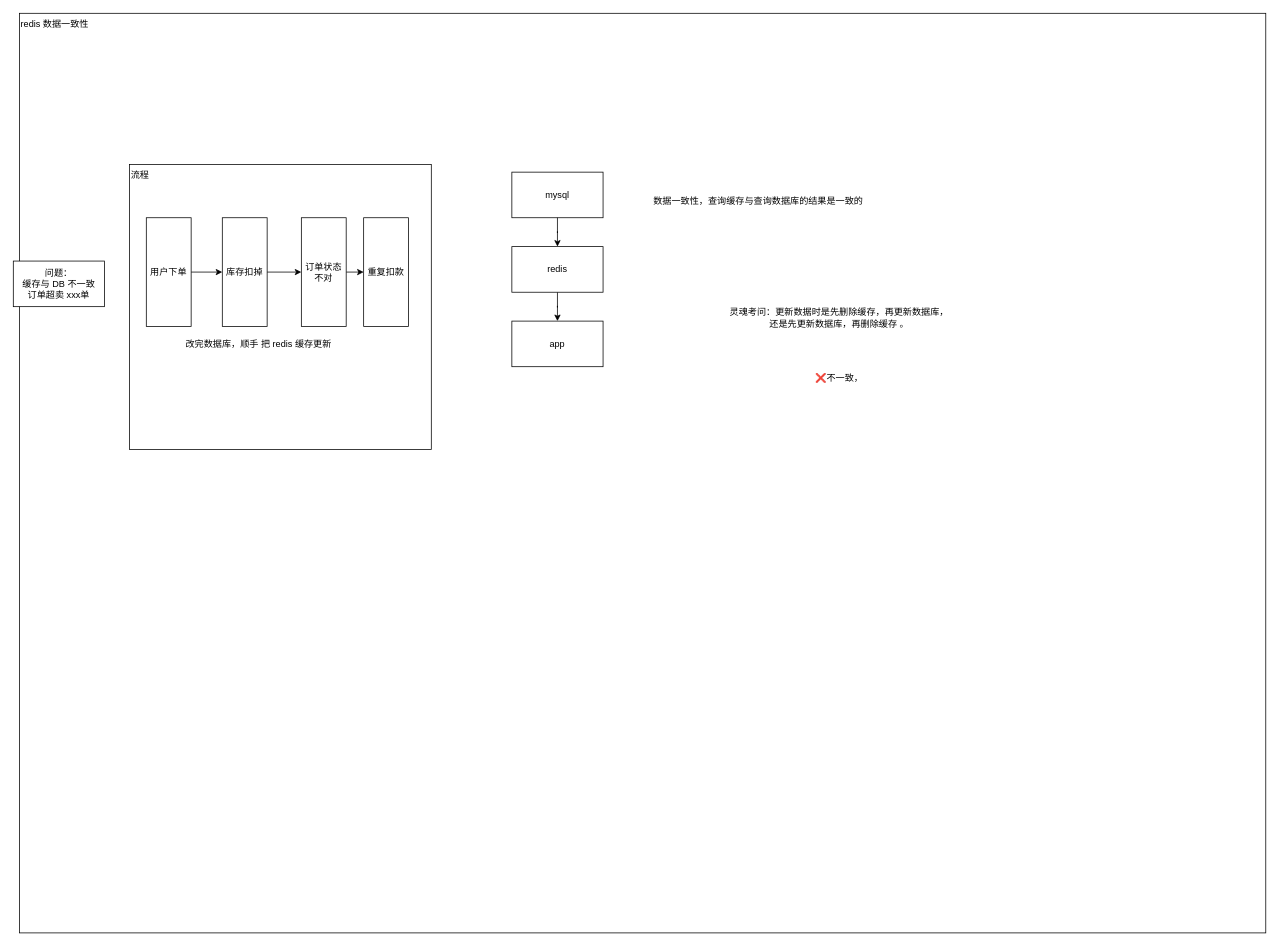
This is page "第 13 页" (13 of 13) of 2-redis/Redis-架构与面试.drawio from vic868/Deliberate, a draw.io file, before an edit. Source tidied: cells renumbered, new cells numbered last; positions are measured from the earlier drawing's top-left corner, leaving out a move shared by most shapes. Both pictures are drawn from the tidied source at 76%, with x=0, y=0 at pixel (13, 13).
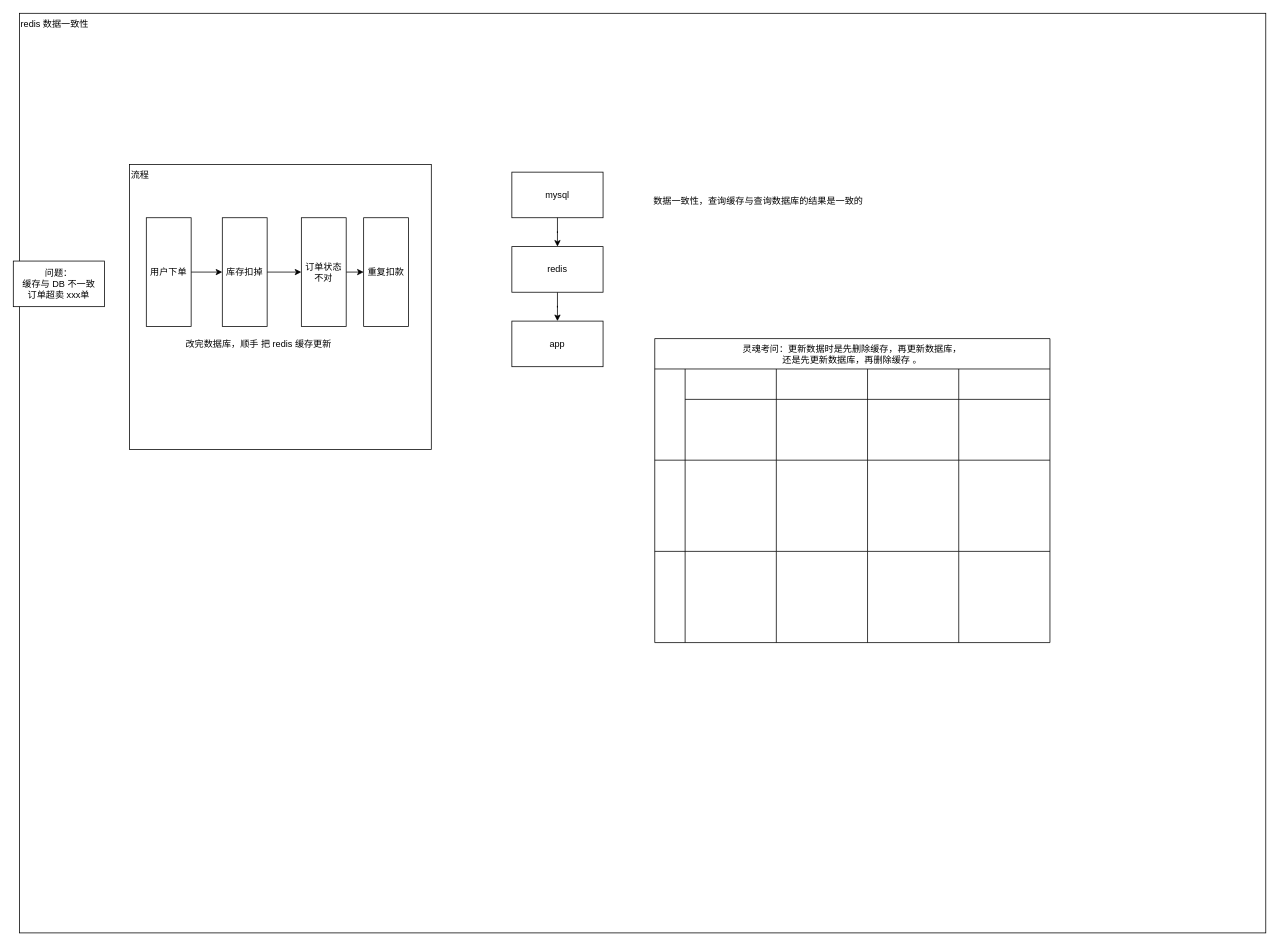
Above is the later version.

Commit message:
vault backup: 2026-10-24 13:44:09

The edit, as a diff of the source:
```diff
@@
-    <mxCell id="19" value="灵魂考问：更新数据时是先删除缓存，再更新数据库，&lt;div&gt;还是先更新数据库，再删除缓存 。&lt;table&gt;&lt;tbody&gt;&lt;tr&gt;&lt;td&gt;&lt;br&gt;&lt;/td&gt;&lt;td&gt;&lt;br&gt;&lt;/td&gt;&lt;td&gt;&lt;br&gt;&lt;/td&gt;&lt;td&gt;&lt;br&gt;&lt;/td&gt;&lt;/tr&gt;&lt;tr&gt;&lt;td&gt;&lt;br&gt;&lt;/td&gt;&lt;td&gt;&lt;br&gt;&lt;/td&gt;&lt;td&gt;&lt;br&gt;&lt;/td&gt;&lt;td&gt;&lt;br&gt;&lt;/td&gt;&lt;/tr&gt;&lt;tr&gt;&lt;td&gt;&lt;br&gt;&lt;/td&gt;&lt;td&gt;&lt;br&gt;&lt;/td&gt;&lt;td&gt;&lt;br&gt;&lt;/td&gt;&lt;td&gt;&lt;br&gt;&lt;/td&gt;&lt;/tr&gt;&lt;/tbody&gt;&lt;/table&gt;❌不一致，&lt;br&gt;&lt;/div&gt;" style="text;html=1;whiteSpace=wrap;strokeColor=none;fillColor=none;align=center;verticalAlign=middle;rounded=0;" parent="1" vertex="1">
-      <mxGeometry x="912" y="328" width="350" height="217" as="geometry" />
+    <mxCell id="19" value="&lt;div&gt;&lt;br&gt;&lt;br&gt;&lt;/div&gt;" style="text;html=1;whiteSpace=wrap;strokeColor=none;fillColor=none;align=center;verticalAlign=middle;rounded=0;" parent="1" vertex="1">
+      <mxGeometry x="912" y="328" width="331" height="58" as="geometry" />
     </mxCell>
+    <mxCell id="20" value="灵魂考问：更新数据时是先删除缓存，再更新数据库，&#10;还是先更新数据库，再删除缓存 。" style="shape=table;childLayout=tableLayout;fixedHeader=1;tableRender=collapsed;startSize=40;" parent="1" vertex="1">
+      <mxGeometry x="844" y="428" width="520" height="400" as="geometry" />
+    </mxCell>
+    <mxCell id="21" style="shape=tableRow;horizontal=0;swimlaneHead=0;swimlaneBody=0;strokeColor=inherit;fontStyle=0;fillColor=none;startSize=40;fixedHeader=1;whiteSpace=wrap;" parent="20" vertex="1">
+      <mxGeometry y="40" width="520" height="120" as="geometry" />
+    </mxCell>
+    <mxCell id="22" style="swimlane;swimlaneHead=0;swimlaneBody=0;fontStyle=0;strokeColor=inherit;fillColor=none;startSize=40;" parent="21" vertex="1">
+      <mxGeometry x="40" width="120" height="120" as="geometry" />
+    </mxCell>
+    <mxCell id="23" style="swimlane;swimlaneHead=0;swimlaneBody=0;fontStyle=0;strokeColor=inherit;fillColor=none;startSize=40;" parent="21" vertex="1">
+      <mxGeometry x="160" width="120" height="120" as="geometry" />
+    </mxCell>
+    <mxCell id="24" style="swimlane;swimlaneHead=0;swimlaneBody=0;fontStyle=0;strokeColor=inherit;fillColor=none;startSize=40;" parent="21" vertex="1">
+      <mxGeometry x="280" width="120" height="120" as="geometry" />
+    </mxCell>
+    <mxCell id="25" style="swimlane;swimlaneHead=0;swimlaneBody=0;fontStyle=0;strokeColor=inherit;fillColor=none;startSize=40;" parent="21" vertex="1">
+      <mxGeometry x="400" width="120" height="120" as="geometry" />
+    </mxCell>
+    <mxCell id="26" style="shape=tableRow;horizontal=0;swimlaneHead=0;swimlaneBody=0;strokeColor=inherit;fontStyle=0;fillColor=none;startSize=40;fixedHeader=1;" parent="20" vertex="1">
+      <mxGeometry y="160" width="520" height="120" as="geometry" />
+    </mxCell>
+    <mxCell id="27" style="swimlane;swimlaneHead=0;swimlaneBody=0;fontStyle=0;strokeColor=inherit;fillColor=none;startSize=0;" parent="26" vertex="1">
+      <mxGeometry x="40" width="120" height="120" as="geometry" />
+    </mxCell>
+    <mxCell id="28" style="swimlane;swimlaneHead=0;swimlaneBody=0;fontStyle=0;strokeColor=inherit;fillColor=none;startSize=0;" parent="26" vertex="1">
+      <mxGeometry x="160" width="120" height="120" as="geometry" />
+    </mxCell>
+    <mxCell id="29" style="swimlane;swimlaneHead=0;swimlaneBody=0;fontStyle=0;strokeColor=inherit;fillColor=none;startSize=0;" parent="26" vertex="1">
+      <mxGeometry x="280" width="120" height="120" as="geometry" />
+    </mxCell>
+    <mxCell id="30" style="swimlane;swimlaneHead=0;swimlaneBody=0;fontStyle=0;strokeColor=inherit;fillColor=none;startSize=0;" parent="26" vertex="1">
+      <mxGeometry x="400" width="120" height="120" as="geometry" />
+    </mxCell>
+    <mxCell id="31" style="shape=tableRow;horizontal=0;swimlaneHead=0;swimlaneBody=0;strokeColor=inherit;fontStyle=0;fillColor=none;startSize=40;fixedHeader=1;" parent="20" vertex="1">
+      <mxGeometry y="280" width="520" height="120" as="geometry" />
+    </mxCell>
+    <mxCell id="32" style="swimlane;swimlaneHead=0;swimlaneBody=0;fontStyle=0;strokeColor=inherit;fillColor=none;startSize=0;" parent="31" vertex="1">
+      <mxGeometry x="40" width="120" height="120" as="geometry" />
+    </mxCell>
+    <mxCell id="33" style="swimlane;swimlaneHead=0;swimlaneBody=0;fontStyle=0;strokeColor=inherit;fillColor=none;startSize=0;" parent="31" vertex="1">
+      <mxGeometry x="160" width="120" height="120" as="geometry" />
+    </mxCell>
+    <mxCell id="34" style="swimlane;swimlaneHead=0;swimlaneBody=0;fontStyle=0;strokeColor=inherit;fillColor=none;startSize=0;" parent="31" vertex="1">
+      <mxGeometry x="280" width="120" height="120" as="geometry" />
+    </mxCell>
+    <mxCell id="35" style="swimlane;swimlaneHead=0;swimlaneBody=0;fontStyle=0;strokeColor=inherit;fillColor=none;startSize=0;" parent="31" vertex="1">
+      <mxGeometry x="400" width="120" height="120" as="geometry" />
+    </mxCell>
```
